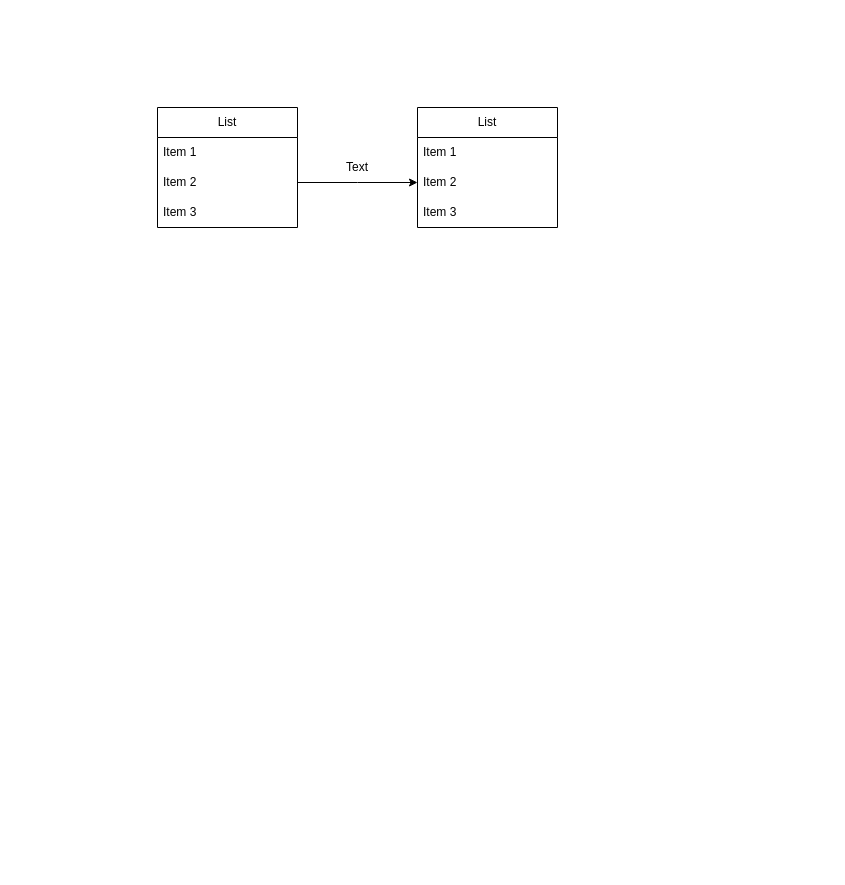
Above: Untitled Diagram.drawio in shadowngks/DBMS (draw.io), before the change. Source tidied: cells renumbered, new cells numbered last; positions are measured from the earlier drawing's top-left corner, leaving out a move shared by most shapes. Both pictures are drawn from the tidied source at 100%, with x=0, y=0 at pixel (157, 107).
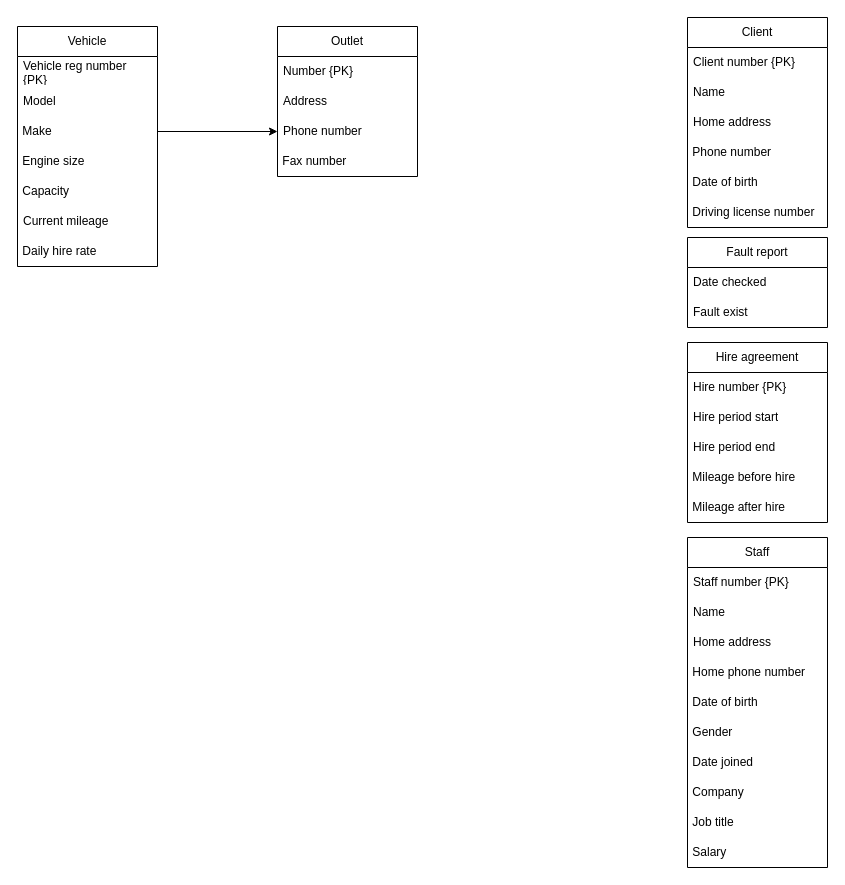
The same page after the edit.

The edit, as a diff of the source:
```diff
@@
-    <mxCell id="2" value="List" style="swimlane;fontStyle=0;horizontal=1;startSize=30;whiteSpace=wrap;html=1;" parent="1" vertex="1">
-      <mxGeometry x="260" width="140" height="120" as="geometry" />
+    <mxCell id="2" value="Outlet" style="swimlane;fontStyle=0;horizontal=1;startSize=30;whiteSpace=wrap;html=1;" parent="1" vertex="1">
+      <mxGeometry x="120" y="-81" width="140" height="150" as="geometry" />
     </mxCell>
-    <mxCell id="3" value="Item 1" style="text;strokeColor=none;fillColor=none;align=left;verticalAlign=middle;spacingLeft=4;spacingRight=4;overflow=hidden;whiteSpace=wrap;html=1;" parent="2" vertex="1">
+    <mxCell id="3" value="Number {PK}" style="text;strokeColor=none;fillColor=none;align=left;verticalAlign=middle;spacingLeft=4;spacingRight=4;overflow=hidden;whiteSpace=wrap;html=1;" parent="2" vertex="1">
       <mxGeometry y="30" width="140" height="30" as="geometry" />
     </mxCell>
-    <mxCell id="4" value="Item 2" style="text;strokeColor=none;fillColor=none;align=left;verticalAlign=middle;spacingLeft=4;spacingRight=4;overflow=hidden;whiteSpace=wrap;html=1;" parent="2" vertex="1">
+    <mxCell id="4" value="Address" style="text;strokeColor=none;fillColor=none;align=left;verticalAlign=middle;spacingLeft=4;spacingRight=4;overflow=hidden;whiteSpace=wrap;html=1;" parent="2" vertex="1">
       <mxGeometry y="60" width="140" height="30" as="geometry" />
     </mxCell>
-    <mxCell id="5" value="Item 3" style="text;strokeColor=none;fillColor=none;align=left;verticalAlign=middle;spacingLeft=4;spacingRight=4;overflow=hidden;points=[[0,0.5],[1,0.5]];portConstraint=eastwest;whiteSpace=wrap;html=1;" parent="2" vertex="1">
+    <mxCell id="5" value="Phone number" style="text;strokeColor=none;fillColor=none;align=left;verticalAlign=middle;spacingLeft=4;spacingRight=4;overflow=hidden;points=[[0,0.5],[1,0.5]];portConstraint=eastwest;whiteSpace=wrap;html=1;" parent="2" vertex="1">
       <mxGeometry y="90" width="140" height="30" as="geometry" />
     </mxCell>
+    <mxCell id="12" value="&amp;nbsp;Fax number" style="text;html=1;align=left;verticalAlign=middle;whiteSpace=wrap;rounded=0;" parent="2" vertex="1">
+      <mxGeometry y="120" width="140" height="30" as="geometry" />
+    </mxCell>
-    <mxCell id="6" value="List" style="swimlane;fontStyle=0;horizontal=1;startSize=30;whiteSpace=wrap;html=1;" parent="1" vertex="1">
-      <mxGeometry width="140" height="120" as="geometry" />
+    <mxCell id="6" value="Client" style="swimlane;fontStyle=0;horizontal=1;startSize=30;whiteSpace=wrap;html=1;" parent="1" vertex="1">
+      <mxGeometry x="530" y="-90" width="140" height="210" as="geometry" />
     </mxCell>
-    <mxCell id="7" value="Item 1" style="text;strokeColor=none;fillColor=none;align=left;verticalAlign=middle;spacingLeft=4;spacingRight=4;overflow=hidden;whiteSpace=wrap;html=1;" parent="6" vertex="1">
+    <mxCell id="7" value="Client number {PK}" style="text;strokeColor=none;fillColor=none;align=left;verticalAlign=middle;spacingLeft=4;spacingRight=4;overflow=hidden;whiteSpace=wrap;html=1;" parent="6" vertex="1">
       <mxGeometry y="30" width="140" height="30" as="geometry" />
     </mxCell>
-    <mxCell id="8" style="edgeStyle=orthogonalEdgeStyle;rounded=0;jettySize=auto;html=1;exitX=1;exitY=0.5;exitDx=0;exitDy=0;" parent="6" edge="1" source="9">
-      <mxGeometry relative="1" as="geometry">
-        <mxPoint x="260" y="75" as="targetPoint" />
-      </mxGeometry>
-    </mxCell>
-    <mxCell id="9" value="Item 2" style="text;strokeColor=none;fillColor=none;align=left;verticalAlign=middle;spacingLeft=4;spacingRight=4;overflow=hidden;points=[[0,0.5],[1,0.5]];portConstraint=eastwest;whiteSpace=wrap;html=1;" parent="6" vertex="1">
+    <mxCell id="9" value="Name" style="text;strokeColor=none;fillColor=none;align=left;verticalAlign=middle;spacingLeft=4;spacingRight=4;overflow=hidden;points=[[0,0.5],[1,0.5]];portConstraint=eastwest;whiteSpace=wrap;html=1;" parent="6" vertex="1">
       <mxGeometry y="60" width="140" height="30" as="geometry" />
     </mxCell>
-    <mxCell id="10" value="Item 3" style="text;strokeColor=none;fillColor=none;align=left;verticalAlign=middle;spacingLeft=4;spacingRight=4;overflow=hidden;whiteSpace=wrap;html=1;" parent="6" vertex="1">
+    <mxCell id="10" value="Home address" style="text;strokeColor=none;fillColor=none;align=left;verticalAlign=middle;spacingLeft=4;spacingRight=4;overflow=hidden;whiteSpace=wrap;html=1;" parent="6" vertex="1">
       <mxGeometry y="90" width="140" height="30" as="geometry" />
     </mxCell>
-    <mxCell id="11" value="Text" style="text;html=1;align=center;verticalAlign=middle;whiteSpace=wrap;rounded=0;" parent="1" vertex="1">
-      <mxGeometry x="170" y="45" width="60" height="30" as="geometry" />
-    </mxCell>
+    <mxCell id="13" value="&amp;nbsp;Phone number" style="text;html=1;align=left;verticalAlign=middle;whiteSpace=wrap;rounded=0;" parent="6" vertex="1">
+      <mxGeometry y="120" width="140" height="30" as="geometry" />
+    </mxCell>
+    <mxCell id="14" value="&amp;nbsp;Date of birth" style="text;html=1;align=left;verticalAlign=middle;whiteSpace=wrap;rounded=0;" parent="6" vertex="1">
+      <mxGeometry y="150" width="140" height="30" as="geometry" />
+    </mxCell>
+    <mxCell id="15" value="&amp;nbsp;Driving license number" style="text;html=1;align=left;verticalAlign=middle;whiteSpace=wrap;rounded=0;" parent="6" vertex="1">
+      <mxGeometry y="180" width="140" height="30" as="geometry" />
+    </mxCell>
+    <mxCell id="16" value="Vehicle" style="swimlane;fontStyle=0;horizontal=1;startSize=30;whiteSpace=wrap;html=1;" parent="1" vertex="1">
+      <mxGeometry x="-140" y="-81" width="140" height="240" as="geometry" />
+    </mxCell>
+    <mxCell id="17" value="Vehicle reg number {PK}" style="text;strokeColor=none;fillColor=none;align=left;verticalAlign=middle;spacingLeft=4;spacingRight=4;overflow=hidden;whiteSpace=wrap;html=1;" parent="16" vertex="1">
+      <mxGeometry y="30" width="140" height="30" as="geometry" />
+    </mxCell>
+    <mxCell id="18" value="Model" style="text;strokeColor=none;fillColor=none;align=left;verticalAlign=middle;spacingLeft=4;spacingRight=4;overflow=hidden;whiteSpace=wrap;html=1;" parent="16" vertex="1">
+      <mxGeometry y="60" width="140" height="30" as="geometry" />
+    </mxCell>
+    <mxCell id="19" value="&amp;nbsp;Make" style="text;html=1;align=left;verticalAlign=middle;whiteSpace=wrap;rounded=0;" parent="16" vertex="1">
+      <mxGeometry y="90" width="140" height="30" as="geometry" />
+    </mxCell>
+    <mxCell id="20" value="&amp;nbsp;Engine size" style="text;html=1;align=left;verticalAlign=middle;whiteSpace=wrap;rounded=0;" parent="16" vertex="1">
+      <mxGeometry y="120" width="140" height="30" as="geometry" />
+    </mxCell>
+    <mxCell id="21" value="&amp;nbsp;Capacity" style="text;html=1;align=left;verticalAlign=middle;whiteSpace=wrap;rounded=0;" parent="16" vertex="1">
+      <mxGeometry y="150" width="140" height="30" as="geometry" />
+    </mxCell>
+    <mxCell id="22" value="Current mileage" style="text;strokeColor=none;fillColor=none;align=left;verticalAlign=middle;spacingLeft=4;spacingRight=4;overflow=hidden;whiteSpace=wrap;html=1;" parent="16" vertex="1">
+      <mxGeometry y="180" width="140" height="30" as="geometry" />
+    </mxCell>
+    <mxCell id="23" value="&amp;nbsp;Daily hire rate" style="text;html=1;align=left;verticalAlign=middle;whiteSpace=wrap;rounded=0;" parent="16" vertex="1">
+      <mxGeometry y="210" width="140" height="30" as="geometry" />
+    </mxCell>
+    <mxCell id="24" value="Staff" style="swimlane;fontStyle=0;horizontal=1;startSize=30;whiteSpace=wrap;html=1;" parent="1" vertex="1">
+      <mxGeometry x="530" y="430" width="140" height="330" as="geometry" />
+    </mxCell>
+    <mxCell id="25" value="Staff number {PK}" style="text;strokeColor=none;fillColor=none;align=left;verticalAlign=middle;spacingLeft=4;spacingRight=4;overflow=hidden;whiteSpace=wrap;html=1;" parent="24" vertex="1">
+      <mxGeometry y="30" width="140" height="30" as="geometry" />
+    </mxCell>
+    <mxCell id="26" value="Name" style="text;strokeColor=none;fillColor=none;align=left;verticalAlign=middle;spacingLeft=4;spacingRight=4;overflow=hidden;whiteSpace=wrap;html=1;" parent="24" vertex="1">
+      <mxGeometry y="60" width="140" height="30" as="geometry" />
+    </mxCell>
+    <mxCell id="27" value="Home address" style="text;strokeColor=none;fillColor=none;align=left;verticalAlign=middle;spacingLeft=4;spacingRight=4;overflow=hidden;whiteSpace=wrap;html=1;" parent="24" vertex="1">
+      <mxGeometry y="90" width="140" height="30" as="geometry" />
+    </mxCell>
+    <mxCell id="28" value="&amp;nbsp;Home phone number" style="text;html=1;align=left;verticalAlign=middle;whiteSpace=wrap;rounded=0;" parent="24" vertex="1">
+      <mxGeometry y="120" width="140" height="30" as="geometry" />
+    </mxCell>
+    <mxCell id="29" value="&amp;nbsp;Date of birth" style="text;html=1;align=left;verticalAlign=middle;whiteSpace=wrap;rounded=0;" parent="24" vertex="1">
+      <mxGeometry y="150" width="140" height="30" as="geometry" />
+    </mxCell>
+    <mxCell id="30" value="&amp;nbsp;Gender" style="text;html=1;align=left;verticalAlign=middle;whiteSpace=wrap;rounded=0;" parent="24" vertex="1">
+      <mxGeometry y="180" width="140" height="30" as="geometry" />
+    </mxCell>
+    <mxCell id="31" value="&amp;nbsp;Date joined" style="text;html=1;align=left;verticalAlign=middle;whiteSpace=wrap;rounded=0;" parent="24" vertex="1">
+      <mxGeometry y="210" width="140" height="30" as="geometry" />
+    </mxCell>
+    <mxCell id="32" value="&amp;nbsp;Company" style="text;html=1;align=left;verticalAlign=middle;whiteSpace=wrap;rounded=0;" parent="24" vertex="1">
+      <mxGeometry y="240" width="140" height="30" as="geometry" />
+    </mxCell>
+    <mxCell id="33" value="&amp;nbsp;Job title" style="text;html=1;align=left;verticalAlign=middle;whiteSpace=wrap;rounded=0;" parent="24" vertex="1">
+      <mxGeometry y="270" width="140" height="30" as="geometry" />
+    </mxCell>
+    <mxCell id="34" value="&amp;nbsp;Salary" style="text;html=1;align=left;verticalAlign=middle;whiteSpace=wrap;rounded=0;" parent="24" vertex="1">
+      <mxGeometry y="300" width="140" height="30" as="geometry" />
+    </mxCell>
+    <mxCell id="35" value="Fault report" style="swimlane;fontStyle=0;horizontal=1;startSize=30;whiteSpace=wrap;html=1;" parent="1" vertex="1">
+      <mxGeometry x="530" y="130" width="140" height="90" as="geometry" />
+    </mxCell>
+    <mxCell id="36" value="Date checked" style="text;strokeColor=none;fillColor=none;align=left;verticalAlign=middle;spacingLeft=4;spacingRight=4;overflow=hidden;whiteSpace=wrap;html=1;" parent="35" vertex="1">
+      <mxGeometry y="30" width="140" height="30" as="geometry" />
+    </mxCell>
+    <mxCell id="37" value="Fault exist" style="text;strokeColor=none;fillColor=none;align=left;verticalAlign=middle;spacingLeft=4;spacingRight=4;overflow=hidden;whiteSpace=wrap;html=1;" parent="35" vertex="1">
+      <mxGeometry y="60" width="140" height="30" as="geometry" />
+    </mxCell>
+    <mxCell id="38" value="Hire agreement" style="swimlane;fontStyle=0;horizontal=1;startSize=30;whiteSpace=wrap;html=1;" parent="1" vertex="1">
+      <mxGeometry x="530" y="235" width="140" height="180" as="geometry" />
+    </mxCell>
+    <mxCell id="39" value="Hire number {PK}" style="text;strokeColor=none;fillColor=none;align=left;verticalAlign=middle;spacingLeft=4;spacingRight=4;overflow=hidden;whiteSpace=wrap;html=1;" parent="38" vertex="1">
+      <mxGeometry y="30" width="140" height="30" as="geometry" />
+    </mxCell>
+    <mxCell id="40" value="Hire period start" style="text;strokeColor=none;fillColor=none;align=left;verticalAlign=middle;spacingLeft=4;spacingRight=4;overflow=hidden;whiteSpace=wrap;html=1;" parent="38" vertex="1">
+      <mxGeometry y="60" width="140" height="30" as="geometry" />
+    </mxCell>
+    <mxCell id="41" value="Hire period end" style="text;strokeColor=none;fillColor=none;align=left;verticalAlign=middle;spacingLeft=4;spacingRight=4;overflow=hidden;whiteSpace=wrap;html=1;" parent="38" vertex="1">
+      <mxGeometry y="90" width="140" height="30" as="geometry" />
+    </mxCell>
+    <mxCell id="42" value="&amp;nbsp;Mileage before hire" style="text;html=1;align=left;verticalAlign=middle;whiteSpace=wrap;rounded=0;" parent="38" vertex="1">
+      <mxGeometry y="120" width="140" height="30" as="geometry" />
+    </mxCell>
+    <mxCell id="43" value="&amp;nbsp;Mileage after hire" style="text;html=1;align=left;verticalAlign=middle;whiteSpace=wrap;rounded=0;" parent="38" vertex="1">
+      <mxGeometry y="150" width="140" height="30" as="geometry" />
+    </mxCell>
+    <mxCell id="44" style="edgeStyle=orthogonalEdgeStyle;rounded=0;jettySize=auto;html=1;entryX=0;entryY=0.5;entryDx=0;entryDy=0;" parent="1" edge="1" source="19" target="5">
+      <mxGeometry relative="1" as="geometry" />
+    </mxCell>
```
